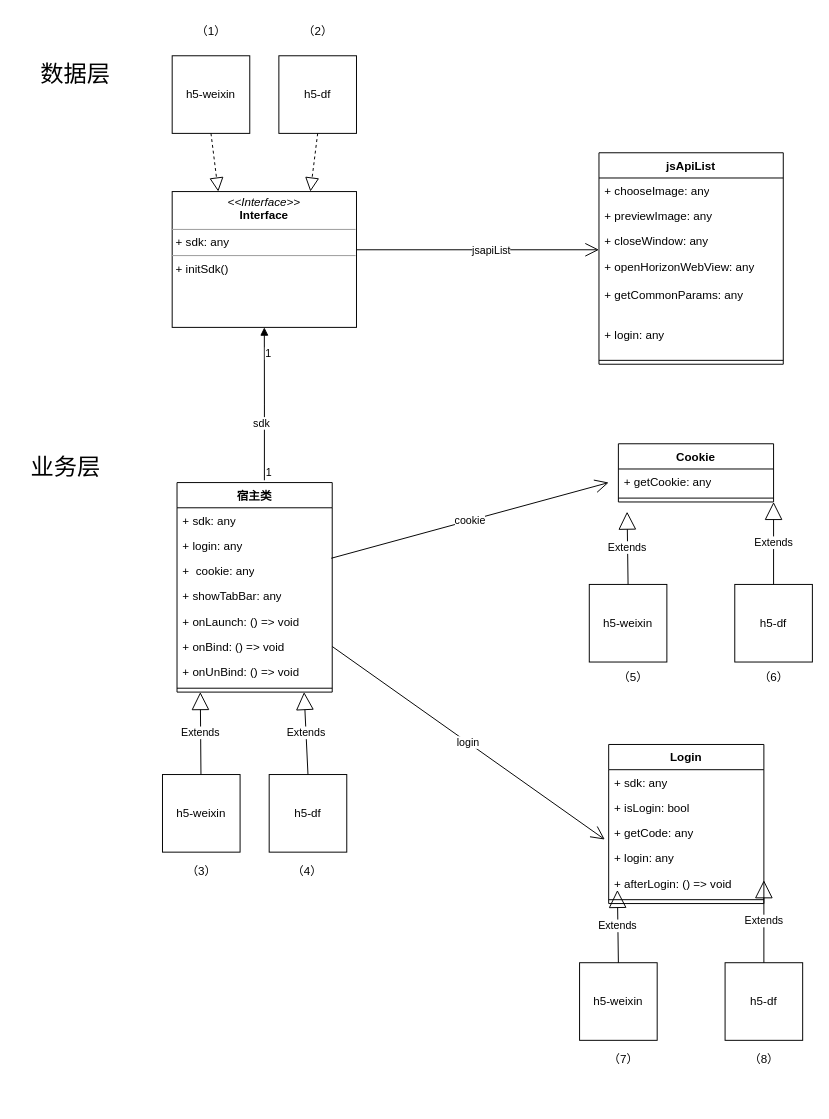
Earlier version of the draw.io diagram page "第 2 页" (2 of 3) of 未命名绘图.drawio (ios2014/ios--). Source tidied: cells renumbered, new cells numbered last; positions are measured from the earlier drawing's top-left corner, leaving out a move shared by most shapes. Both pictures are drawn from the tidied source at 97%, with x=0, y=0 at pixel (16, 16).
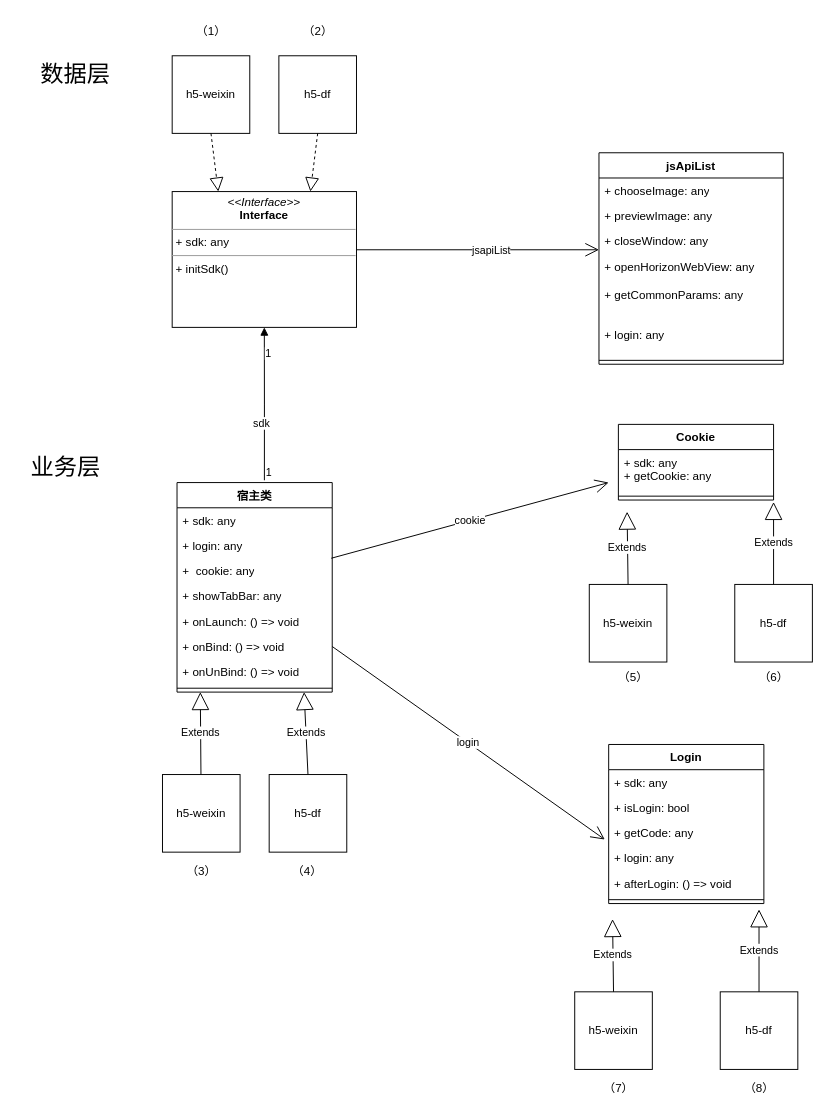
Above is the later version.

Change to the diagram source:
```diff
@@
     <mxCell id="33" value="h5-weixin" style="whiteSpace=wrap;html=1;" parent="1" vertex="1">
-      <mxGeometry x="580" y="975" width="80" height="80" as="geometry" />
+      <mxGeometry x="575" y="1005" width="80" height="80" as="geometry" />
     </mxCell>
     <mxCell id="34" value="h5-df" style="whiteSpace=wrap;html=1;" parent="1" vertex="1">
-      <mxGeometry x="730" y="975" width="80" height="80" as="geometry" />
+      <mxGeometry x="725" y="1005" width="80" height="80" as="geometry" />
     </mxCell>
@@
     <mxCell id="42" value="Extends" style="endArrow=block;endSize=16;endFill=0;html=1;rounded=0;exitX=0.5;exitY=0;exitDx=0;exitDy=0;" parent="1" edge="1" source="34">
       <mxGeometry relative="1" as="geometry">
-        <mxPoint x="770" y="890" as="targetPoint" />
+        <mxPoint x="765" y="920" as="targetPoint" />
       </mxGeometry>
     </mxCell>
     <mxCell id="43" value="Extends" style="endArrow=block;endSize=16;endFill=0;html=1;rounded=0;exitX=0.5;exitY=0;exitDx=0;exitDy=0;" parent="1" edge="1" source="33">
       <mxGeometry relative="1" as="geometry">
-        <mxPoint x="619" y="900" as="targetPoint" />
+        <mxPoint x="614" y="930" as="targetPoint" />
       </mxGeometry>
     </mxCell>
@@
     <mxCell id="49" value="Cookie" style="swimlane;fontStyle=1;align=center;verticalAlign=top;horizontal=1;startSize=26;whiteSpace=wrap;html=1;" parent="1" vertex="1">
-      <mxGeometry x="620" y="440" width="160" height="60" as="geometry" />
+      <mxGeometry x="620" y="420" width="160" height="78" as="geometry" />
     </mxCell>
-    <mxCell id="50" value="+&amp;nbsp;getCookie:&amp;nbsp;any" style="text;strokeColor=none;fillColor=none;align=left;verticalAlign=top;spacingLeft=4;spacingRight=4;overflow=hidden;whiteSpace=wrap;html=1;" parent="49" vertex="1">
-      <mxGeometry y="26" width="160" height="26" as="geometry" />
+    <mxCell id="50" value="+&amp;nbsp;sdk:&amp;nbsp;any&lt;br&gt;+&amp;nbsp;getCookie:&amp;nbsp;any" style="text;strokeColor=none;fillColor=none;align=left;verticalAlign=top;spacingLeft=4;spacingRight=4;overflow=hidden;whiteSpace=wrap;html=1;" parent="49" vertex="1">
+      <mxGeometry y="26" width="160" height="44" as="geometry" />
     </mxCell>
     <mxCell id="51" style="line;strokeWidth=1;fillColor=none;align=left;verticalAlign=middle;spacingTop=-1;spacingLeft=3;spacingRight=3;labelPosition=right;strokeColor=inherit;" parent="49" vertex="1">
-      <mxGeometry y="52" width="160" height="8" as="geometry" />
+      <mxGeometry y="70" width="160" height="8" as="geometry" />
     </mxCell>
@@
     <mxCell id="59" value="（7）" style="text;html=1;align=center;verticalAlign=middle;strokeColor=none;fillColor=none;" parent="1" vertex="1">
-      <mxGeometry x="600" y="1060" width="50" height="30" as="geometry" />
+      <mxGeometry x="595" y="1090" width="50" height="30" as="geometry" />
     </mxCell>
     <mxCell id="60" value="（8）" style="text;html=1;align=center;verticalAlign=middle;strokeColor=none;fillColor=none;" parent="1" vertex="1">
-      <mxGeometry x="745" y="1060" width="50" height="30" as="geometry" />
+      <mxGeometry x="740" y="1090" width="50" height="30" as="geometry" />
     </mxCell>
```
